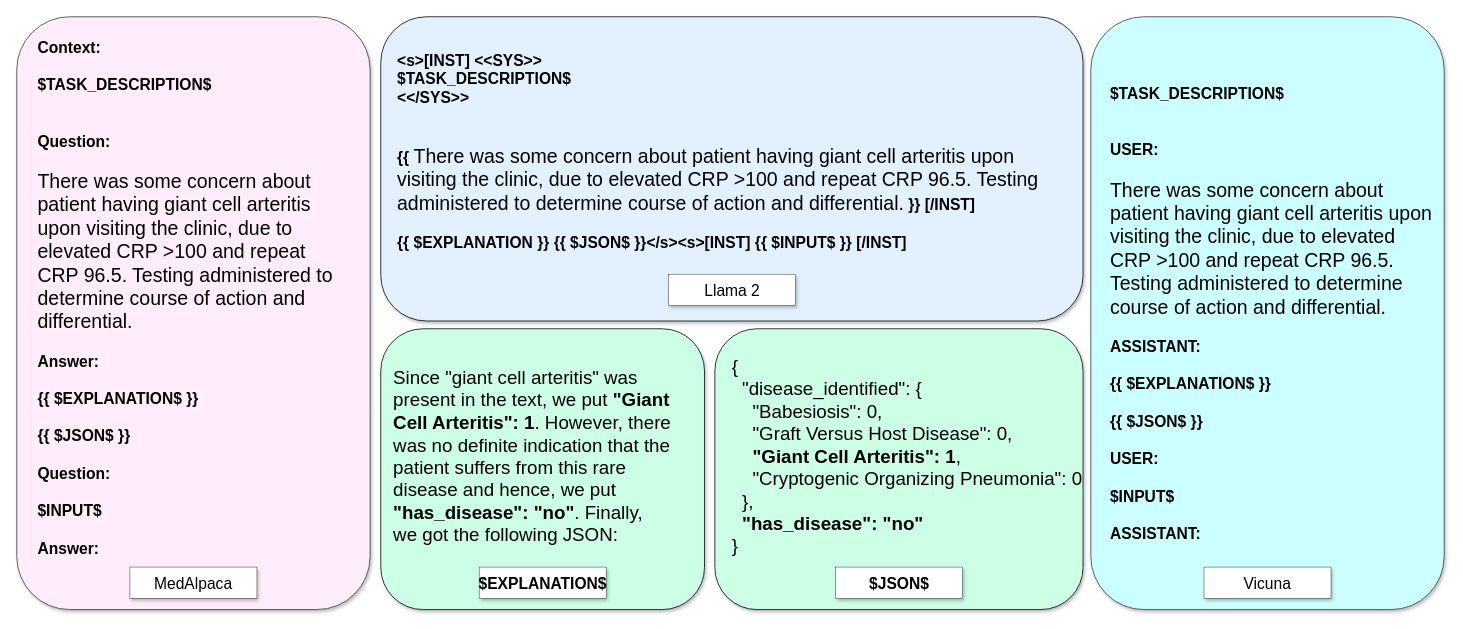
PittNAIL/llms-vote keeps this draw.io diagram as diagram/prompt_engineering.drawio. Above is the earlier version. Source tidied: cells renumbered, new cells numbered last; positions are measured from the earlier drawing's top-left corner, leaving out a move shared by most shapes. Both pictures are drawn from the tidied source at 78%, with x=0, y=0 at pixel (16, 16).
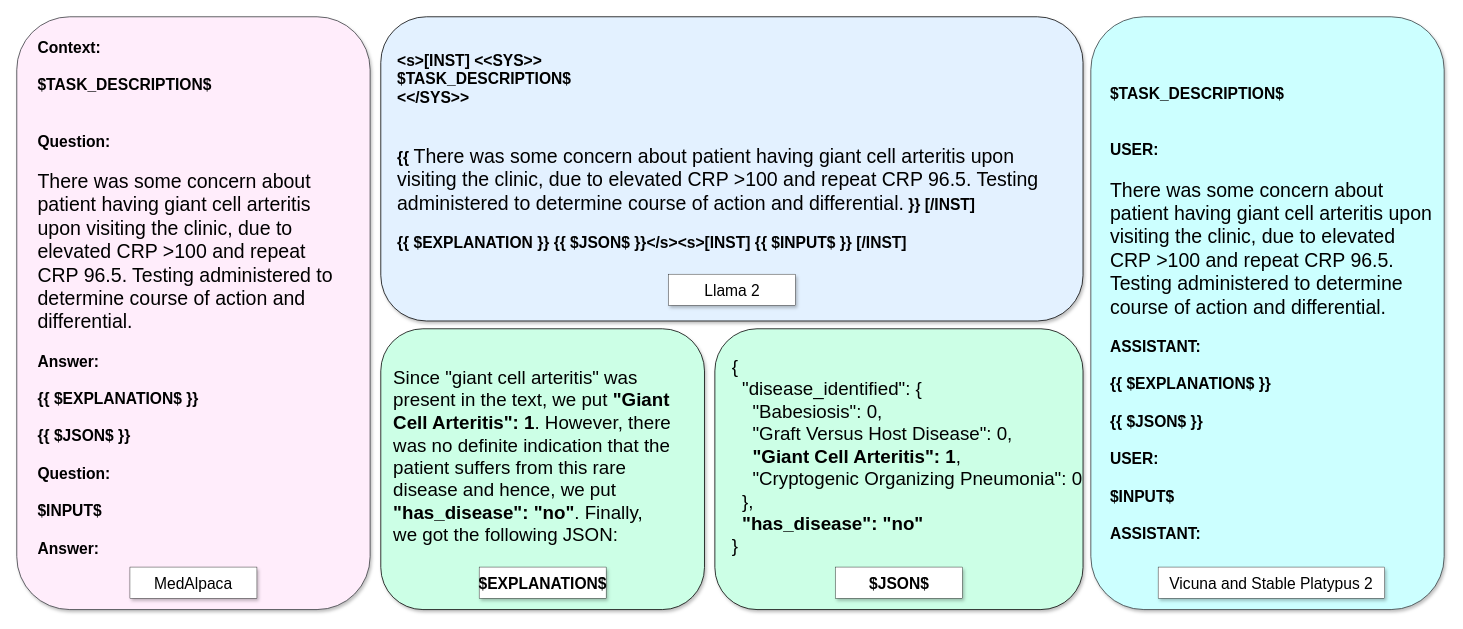
After the change.

What changed in the source:
```diff
@@
 <mxGraphModel>
   <root>
     <mxCell id="0" />
     <mxCell id="1" parent="0" />
     <mxCell id="2" style="rounded=1;whiteSpace=wrap;html=1;fillColor=#E3F1FF;strokeColor=#000000;shadow=1;" parent="1" vertex="1">
       <mxGeometry x="466.7" width="900.3" height="390" as="geometry" />
     </mxCell>
     <mxCell id="3" style="rounded=1;whiteSpace=wrap;html=1;fillColor=#CCFFE6;strokeColor=#000000;shadow=1;" parent="1" vertex="1">
       <mxGeometry x="895" y="400" width="472" height="360" as="geometry" />
     </mxCell>
     <mxCell id="4" value="&lt;font style=&quot;font-size: 24px;&quot;&gt;&lt;br&gt;&lt;/font&gt;&lt;font style=&quot;font-size: 24px;&quot; face=&quot;Comic Neue&quot;&gt;&lt;div style=&quot;&quot;&gt;&lt;span style=&quot;&quot;&gt;&lt;font style=&quot;font-size: 24px;&quot;&gt;&lt;span&gt;{&lt;/span&gt;&lt;/font&gt;&lt;/span&gt;&lt;/div&gt;&lt;div style=&quot;&quot;&gt;&lt;span style=&quot;&quot;&gt;&lt;font style=&quot;font-size: 24px;&quot;&gt;&lt;span&gt;&amp;nbsp; &quot;disease_identified&quot;: {&lt;/span&gt;&lt;/font&gt;&lt;/span&gt;&lt;/div&gt;&lt;div style=&quot;&quot;&gt;&lt;span style=&quot;&quot;&gt;&lt;font style=&quot;font-size: 24px;&quot;&gt;&lt;span&gt;&amp;nbsp; &amp;nbsp; &quot;Babesiosis&quot;: 0,&lt;/span&gt;&lt;/font&gt;&lt;/span&gt;&lt;/div&gt;&lt;div style=&quot;&quot;&gt;&lt;span style=&quot;&quot;&gt;&lt;font style=&quot;font-size: 24px;&quot;&gt;&amp;nbsp; &amp;nbsp; &quot;Graft Versus Host Disease&quot;: 0,&lt;/font&gt;&lt;/span&gt;&lt;/div&gt;&lt;div style=&quot;&quot;&gt;&lt;span style=&quot;&quot;&gt;&lt;font style=&quot;font-size: 24px;&quot;&gt;&amp;nbsp; &amp;nbsp; &lt;b&gt;&quot;Giant Cell Arteritis&quot;: 1&lt;/b&gt;,&lt;/font&gt;&lt;/span&gt;&lt;/div&gt;&lt;div style=&quot;&quot;&gt;&lt;span style=&quot;&quot;&gt;&lt;font style=&quot;font-size: 24px;&quot;&gt;&lt;span&gt;&amp;nbsp; &amp;nbsp; &quot;Cryptogenic Organizing Pneumonia&quot;: 0&lt;/span&gt;&lt;/font&gt;&lt;/span&gt;&lt;/div&gt;&lt;div style=&quot;&quot;&gt;&lt;span style=&quot;&quot;&gt;&lt;font style=&quot;font-size: 24px;&quot;&gt;&lt;span&gt;&amp;nbsp; },&lt;/span&gt;&lt;/font&gt;&lt;/span&gt;&lt;/div&gt;&lt;div style=&quot;&quot;&gt;&lt;span style=&quot;&quot;&gt;&lt;font style=&quot;font-size: 24px;&quot;&gt;&amp;nbsp; &lt;b&gt;&quot;has_disease&quot;: &quot;no&quot;&lt;/b&gt;&lt;/font&gt;&lt;/span&gt;&lt;/div&gt;&lt;div style=&quot;&quot;&gt;&lt;span style=&quot;&quot;&gt;&lt;font style=&quot;font-size: 24px;&quot;&gt;&lt;span&gt;}&lt;/span&gt;&lt;/font&gt;&lt;/span&gt;&lt;/div&gt;&lt;div style=&quot;&quot;&gt;&lt;br&gt;&lt;/div&gt;&lt;/font&gt;" style="text;html=1;strokeColor=none;fillColor=none;align=left;verticalAlign=middle;whiteSpace=wrap;rounded=0;fontStyle=0;" parent="1" vertex="1">
       <mxGeometry x="915.4" y="469.3" width="451.6" height="190" as="geometry" />
     </mxCell>
     <mxCell id="5" style="rounded=1;whiteSpace=wrap;html=1;fillColor=#FFEDFB;strokeColor=#36393d;shadow=1;" parent="1" vertex="1">
       <mxGeometry width="453" height="760" as="geometry" />
     </mxCell>
     <mxCell id="6" value="&lt;font face=&quot;Comic Neue&quot; style=&quot;&quot;&gt;&lt;b style=&quot;font-size: 20px; border-color: var(--border-color);&quot;&gt;Context:&lt;br style=&quot;border-color: var(--border-color);&quot;&gt;&lt;br style=&quot;border-color: var(--border-color);&quot;&gt;$TASK_DESCRIPTION$&lt;br style=&quot;border-color: var(--border-color);&quot;&gt;&lt;br style=&quot;border-color: var(--border-color);&quot;&gt;&lt;br style=&quot;border-color: var(--border-color);&quot;&gt;Question:&lt;br style=&quot;border-color: var(--border-color);&quot;&gt;&lt;br style=&quot;border-color: var(--border-color);&quot;&gt;&lt;/b&gt;&lt;font style=&quot;font-size: 25px;&quot;&gt;There was some concern about patient having giant cell arteritis upon visiting the clinic, due to elevated CRP &amp;gt;100 and repeat CRP 96.5. Testing administered to determine course of action and differential.&lt;/font&gt;&lt;br style=&quot;border-color: var(--border-color);&quot;&gt;&lt;span style=&quot;font-size: 20px; border-color: var(--border-color);&quot;&gt;&lt;br style=&quot;border-color: var(--border-color);&quot;&gt;&lt;b&gt;Answer:&lt;/b&gt;&lt;br&gt;&lt;div style=&quot;font-weight: bold; border-color: var(--border-color);&quot;&gt;&lt;br&gt;&lt;/div&gt;&lt;div style=&quot;border-color: var(--border-color);&quot;&gt;&lt;b&gt;{{ $EXPLANATION$ }}&lt;/b&gt;&lt;br&gt;&lt;br&gt;&lt;b&gt;{{ $JSON$ }}&lt;/b&gt;&lt;br&gt;&lt;/div&gt;&lt;div style=&quot;font-weight: bold; border-color: var(--border-color);&quot;&gt;&lt;br style=&quot;border-color: var(--border-color);&quot;&gt;&lt;/div&gt;&lt;div style=&quot;font-weight: bold; border-color: var(--border-color);&quot;&gt;Question:&lt;br style=&quot;border-color: var(--border-color);&quot;&gt;&lt;br style=&quot;border-color: var(--border-color);&quot;&gt;$INPUT$&lt;/div&gt;&lt;div style=&quot;font-weight: bold; border-color: var(--border-color);&quot;&gt;&lt;br style=&quot;border-color: var(--border-color);&quot;&gt;&lt;/div&gt;&lt;div style=&quot;font-weight: bold; border-color: var(--border-color);&quot;&gt;Answer:&lt;/div&gt;&lt;/span&gt;&lt;/font&gt;" style="text;html=1;strokeColor=none;fillColor=none;align=left;verticalAlign=middle;whiteSpace=wrap;rounded=0;" parent="1" vertex="1">
       <mxGeometry x="25.2" y="58" width="402.5" height="603.8" as="geometry" />
     </mxCell>
     <mxCell id="7" value="&lt;font style=&quot;&quot; face=&quot;Comic Neue&quot;&gt;&lt;b style=&quot;font-size: 20px;&quot;&gt;&amp;lt;s&amp;gt;[INST] &amp;lt;&amp;lt;SYS&amp;gt;&amp;gt;&lt;br&gt;$TASK_DESCRIPTION$&lt;br&gt;&amp;lt;&amp;lt;/SYS&amp;gt;&amp;gt;&lt;br&gt;&lt;br&gt;&lt;br&gt;{{ &lt;/b&gt;&lt;font style=&quot;font-size: 25px;&quot;&gt;There was some concern about patient having giant cell arteritis upon visiting the clinic, due to elevated CRP &amp;gt;100 and repeat CRP 96.5. Testing administered to determine course of action and differential.&lt;/font&gt;&lt;b style=&quot;font-size: 20px;&quot;&gt; }} [/INST]&lt;br&gt;&lt;br&gt;&lt;div style=&quot;&quot;&gt;{{ $EXPLANATION }} {{ $JSON$ }}&lt;span style=&quot;background-color: initial;&quot;&gt;&amp;lt;/s&amp;gt;&lt;/span&gt;&lt;span style=&quot;background-color: initial;&quot;&gt;&amp;lt;s&amp;gt;[INST]&amp;nbsp;&lt;/span&gt;&lt;span style=&quot;background-color: initial;&quot;&gt;{{ $INPUT$ }}&amp;nbsp;&lt;/span&gt;&lt;span style=&quot;background-color: initial;&quot;&gt;[/INST]&lt;/span&gt;&lt;/div&gt;&lt;/b&gt;&lt;/font&gt;" style="text;html=1;strokeColor=none;fillColor=none;align=left;verticalAlign=middle;whiteSpace=wrap;rounded=0;" parent="1" vertex="1">
       <mxGeometry x="486.1" y="50" width="861.6" height="243.8" as="geometry" />
     </mxCell>
     <mxCell id="8" value="&lt;font style=&quot;font-size: 20px;&quot; face=&quot;Comic Neue&quot;&gt;Llama 2&lt;/font&gt;" style="rounded=0;whiteSpace=wrap;html=1;strokeWidth=0.5;shadow=1;fontStyle=0;" parent="1" vertex="1">
       <mxGeometry x="835.5" y="330" width="162.8" height="40" as="geometry" />
     </mxCell>
     <mxCell id="9" value="&lt;font style=&quot;font-size: 20px;&quot; face=&quot;Comic Neue&quot;&gt;$JSON$&lt;/font&gt;" style="rounded=0;whiteSpace=wrap;html=1;strokeWidth=0.5;shadow=1;fontStyle=1;" parent="1" vertex="1">
       <mxGeometry x="1049.6" y="705.5" width="162.8" height="40" as="geometry" />
     </mxCell>
     <mxCell id="10" value="&lt;font style=&quot;font-size: 20px;&quot; face=&quot;Comic Neue&quot;&gt;MedAlpaca&lt;/font&gt;" style="rounded=0;whiteSpace=wrap;html=1;strokeWidth=0.5;shadow=1;fontStyle=0;" parent="1" vertex="1">
       <mxGeometry x="145.1" y="705.5" width="162.8" height="40" as="geometry" />
     </mxCell>
     <mxCell id="11" style="rounded=1;whiteSpace=wrap;html=1;fillColor=#CCFFFF;strokeColor=#36393d;shadow=1;" parent="1" vertex="1">
       <mxGeometry x="1377" width="453" height="760" as="geometry" />
     </mxCell>
-    <mxCell id="12" value="&lt;font style=&quot;font-size: 20px;&quot; face=&quot;Comic Neue&quot;&gt;Vicuna&lt;/font&gt;" style="rounded=0;whiteSpace=wrap;html=1;strokeWidth=0.5;shadow=1;fontStyle=0;" parent="1" vertex="1">
-      <mxGeometry x="1522.1" y="705.5" width="162.8" height="40" as="geometry" />
+    <mxCell id="12" value="&lt;font style=&quot;font-size: 20px;&quot; face=&quot;Comic Neue&quot;&gt;Vicuna and Stable Platypus 2&lt;/font&gt;" style="rounded=0;whiteSpace=wrap;html=1;strokeWidth=0.5;shadow=1;fontStyle=0;" parent="1" vertex="1">
+      <mxGeometry x="1463.3" y="705.5" width="290.5" height="40" as="geometry" />
     </mxCell>
     <mxCell id="13" value="&lt;font style=&quot;&quot; face=&quot;Comic Neue&quot;&gt;&lt;b style=&quot;font-size: 20px;&quot;&gt;$TASK_DESCRIPTION$&lt;br&gt;&lt;br&gt;&lt;br&gt;USER:&lt;br&gt;&lt;br&gt;&lt;/b&gt;&lt;font style=&quot;font-size: 25px;&quot;&gt;There was some concern about patient having giant cell arteritis upon visiting the clinic, due to elevated CRP &amp;gt;100 and repeat CRP 96.5. Testing administered to determine course of action and differential.&lt;/font&gt;&lt;br&gt;&lt;b style=&quot;font-size: 20px;&quot;&gt;&lt;br&gt;ASSISTANT:&lt;br&gt;&lt;br&gt;{{ $EXPLANATION$ }}&lt;br&gt;&lt;br&gt;&lt;div style=&quot;&quot;&gt;{{ $JSON$ }}&lt;/div&gt;&lt;div style=&quot;&quot;&gt;&lt;br&gt;&lt;/div&gt;&lt;div style=&quot;&quot;&gt;USER:&lt;br&gt;&lt;br&gt;$INPUT$&lt;/div&gt;&lt;div style=&quot;&quot;&gt;&lt;br&gt;&lt;/div&gt;&lt;div style=&quot;&quot;&gt;ASSISTANT:&lt;/div&gt;&lt;/b&gt;&lt;/font&gt;" style="text;html=1;strokeColor=none;fillColor=none;align=left;verticalAlign=middle;whiteSpace=wrap;rounded=0;" parent="1" vertex="1">
       <mxGeometry x="1400" y="258.1" width="417" height="243.8" as="geometry" />
     </mxCell>
     <mxCell id="14" style="rounded=1;whiteSpace=wrap;html=1;fillColor=#CCFFE6;strokeColor=#000000;shadow=1;" parent="1" vertex="1">
       <mxGeometry x="466.7" y="400" width="415" height="360" as="geometry" />
     </mxCell>
     <mxCell id="15" value="&lt;font style=&quot;font-size: 20px;&quot; face=&quot;Comic Neue&quot;&gt;$EXPLANATION$&lt;/font&gt;" style="rounded=0;whiteSpace=wrap;html=1;strokeWidth=0.5;shadow=1;fontStyle=1;" parent="1" vertex="1">
       <mxGeometry x="592.8" y="705.5" width="162.8" height="40" as="geometry" />
     </mxCell>
     <mxCell id="16" value="&lt;font style=&quot;font-size: 24px;&quot;&gt;&lt;span style=&quot;font-family: &amp;quot;Comic Neue&amp;quot;; background-color: initial;&quot;&gt;Since &quot;giant cell arteritis&quot; was present in the text, we put&amp;nbsp;&lt;/span&gt;&lt;b style=&quot;font-family: &amp;quot;Comic Neue&amp;quot;; background-color: initial;&quot;&gt;&quot;Giant Cell Arteritis&quot;: 1&lt;/b&gt;&lt;span style=&quot;font-family: &amp;quot;Comic Neue&amp;quot;; background-color: initial;&quot;&gt;. However, there was no definite indication that the patient suffers from this rare disease and hence, we put &lt;/span&gt;&lt;b style=&quot;font-family: &amp;quot;Comic Neue&amp;quot;; background-color: initial;&quot;&gt;&quot;has_disease&quot;: &quot;no&quot;&lt;/b&gt;&lt;span style=&quot;font-family: &amp;quot;Comic Neue&amp;quot;; background-color: initial;&quot;&gt;. Finally, we&lt;/span&gt;&lt;span style=&quot;font-family: &amp;quot;Comic Neue&amp;quot;; background-color: initial;&quot;&gt;&amp;nbsp;got the following JSON:&lt;/span&gt;&lt;/font&gt;&lt;font face=&quot;Comic Neue&quot; style=&quot;font-size: 20px;&quot;&gt;&lt;span style=&quot;border-color: var(--border-color);&quot;&gt;&lt;br&gt;&lt;/span&gt;&lt;/font&gt;" style="text;html=1;strokeColor=none;fillColor=none;align=left;verticalAlign=middle;whiteSpace=wrap;rounded=0;" parent="1" vertex="1">
       <mxGeometry x="481.4" y="442.4" width="385" height="243.8" as="geometry" />
     </mxCell>
   </root>
 </mxGraphModel>
```
